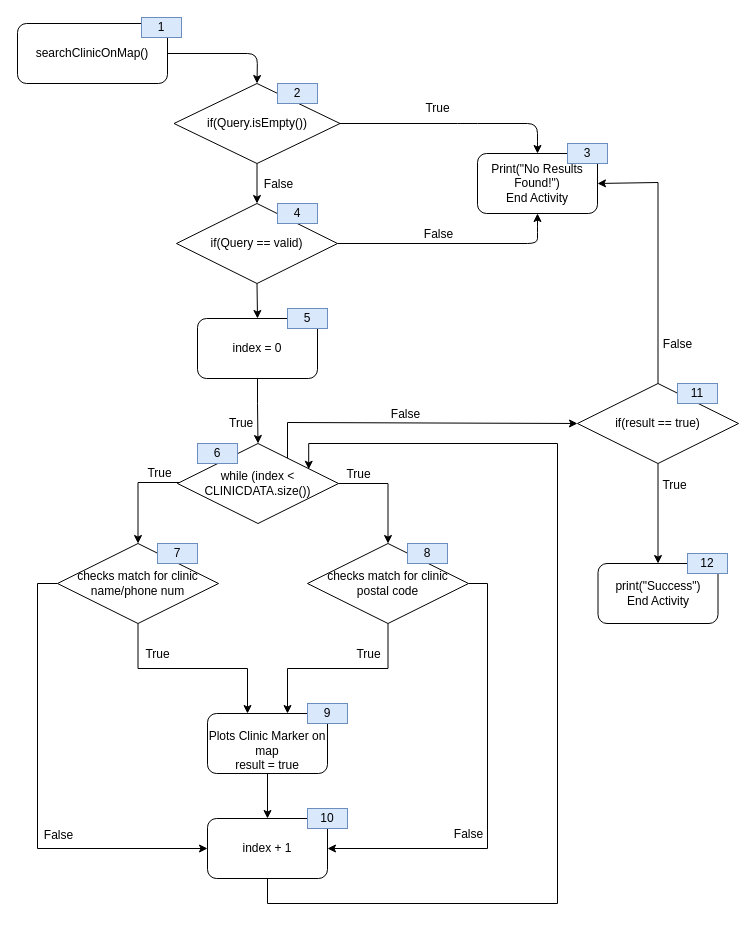
Above: Lab4/Test Cases & Results/SearchClinic.drawio in yong-an/CZ2006-Software-Engineering (draw.io), before the change. Source tidied: cells renumbered, new cells numbered last; positions are measured from the earlier drawing's top-left corner, leaving out a move shared by most shapes. Both pictures are drawn from the tidied source at 100%, with x=0, y=0 at pixel (17, 17).
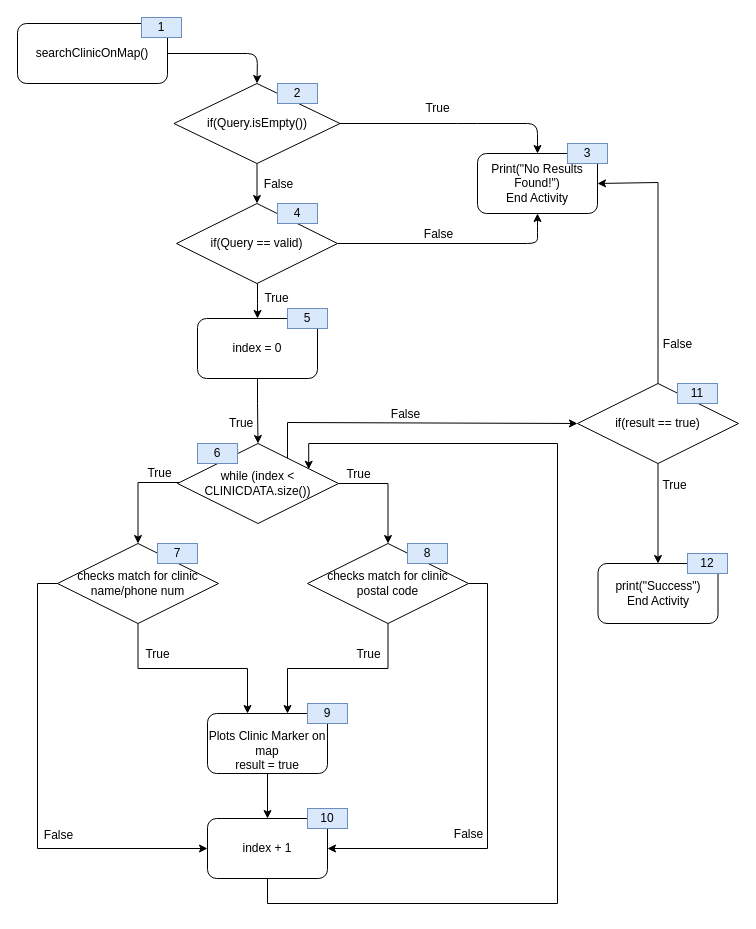
After the change.

Commit message (it also covers changes not shown here):
Missed out a TRUE label for the diagram (FIX)

Unchanged cells that the change refers to:
```xml
<mxCell id="12" value="&lt;font style=&quot;font-size: 12px;&quot;&gt;if(Query == valid)&lt;/font&gt;" style="rhombus;whiteSpace=wrap;html=1;fontFamily=Helvetica;fontSize=12;" parent="1" vertex="1">
  <mxGeometry x="159" y="186" width="161" height="80" as="geometry" />
</mxCell>
<mxCell id="43" value="&lt;font style=&quot;font-size: 12px;&quot;&gt;&lt;font style=&quot;font-size: 12px;&quot;&gt;index = 0&lt;/font&gt;&lt;br style=&quot;font-size: 12px;&quot;&gt;&lt;/font&gt;" style="rounded=1;whiteSpace=wrap;html=1;fontFamily=Helvetica;fontSize=12;" parent="1" vertex="1">
  <mxGeometry x="180" y="301" width="120" height="60" as="geometry" />
</mxCell>
```

Diff of the diagram source:
```diff
@@
-    <mxCell id="11" style="edgeStyle=orthogonalEdgeStyle;rounded=0;jettySize=auto;html=1;exitX=0.5;exitY=1;exitDx=0;exitDy=0;entryX=0.5;entryY=0;entryDx=0;entryDy=0;fontFamily=Helvetica;fontSize=12;" parent="1" edge="1" source="12" target="43">
-      <mxGeometry relative="1" as="geometry" />
+    <mxCell id="11" style="edgeStyle=orthogonalEdgeStyle;rounded=0;jettySize=auto;html=1;entryX=0.5;entryY=0;entryDx=0;entryDy=0;fontFamily=Helvetica;fontSize=12;" parent="1" edge="1" source="12" target="43">
+      <mxGeometry relative="1" as="geometry">
+        <Array as="points">
+          <mxPoint x="239" y="286" />
+        </Array>
+      </mxGeometry>
     </mxCell>
+    <mxCell id="56" value="True" style="text;html=1;align=center;verticalAlign=middle;labelBackgroundColor=#ffffff;fontSize=12;fontFamily=Helvetica;" parent="11" vertex="1">
+      <mxGeometry x="-0.17" relative="1" as="geometry">
+        <mxPoint x="18.5" y="-0.5" as="offset" />
+      </mxGeometry>
+    </mxCell>
```
